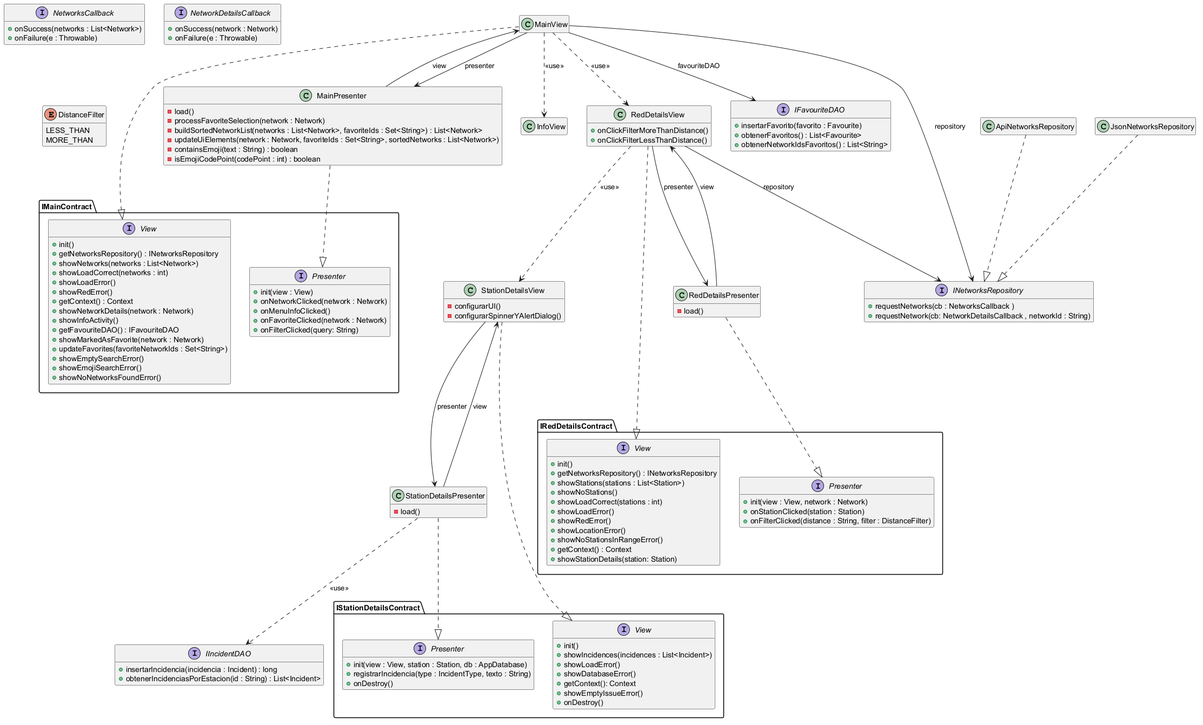
isunican/App-Bicis-Grupo1 keeps this PlantUML diagram as Docs/Models/architecture.png. Above is the earlier version.
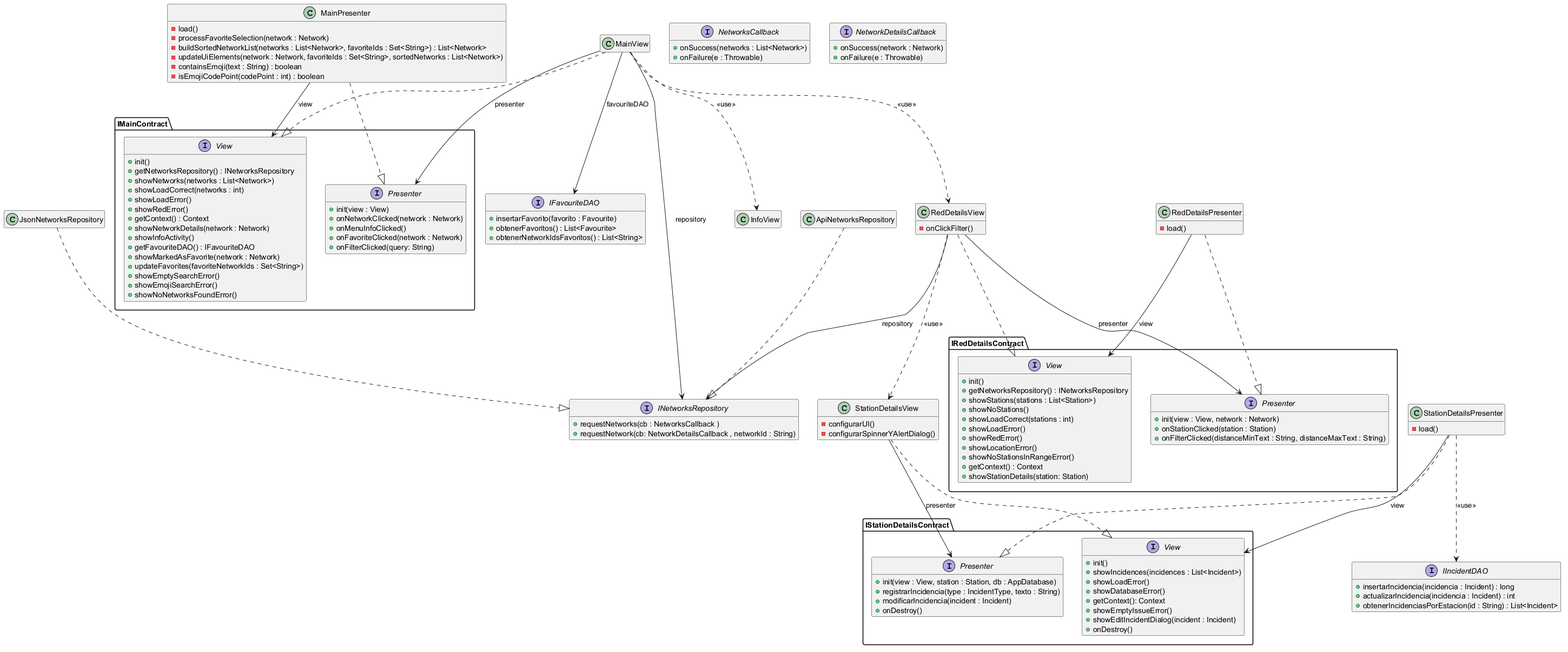
The same diagram one commit later.

What changed in the source:
```diff
@@ -7,8 +7,8 @@
 MainView --> INetworksRepository : repository
 ApiNetworksRepository ..|> INetworksRepository
 JsonNetworksRepository ..|> INetworksRepository
-MainView --> MainPresenter : presenter
-MainPresenter --> MainView : view
+MainView --> IMainContract.Presenter : presenter
+MainPresenter --> IMainContract.View : view
 MainView ..> InfoView : <<use>>
 MainView ..> RedDetailsView : <<use>>
 RedDetailsView ..> StationDetailsView : <<use>>
@@ -16,14 +16,14 @@
 RedDetailsView ..|> IRedDetailsContract.View
 RedDetailsPresenter ..|> IRedDetailsContract.Presenter
 RedDetailsView --> INetworksRepository : repository
-RedDetailsView --> RedDetailsPresenter : presenter
-RedDetailsPresenter --> RedDetailsView : view
+RedDetailsView --> IRedDetailsContract.Presenter : presenter
+RedDetailsPresenter --> IRedDetailsContract.View : view
 MainView --> IFavouriteDAO : favouriteDAO
 
 StationDetailsView ..|> IStationDetailsContract.View
 StationDetailsPresenter ..|> IStationDetailsContract.Presenter
-StationDetailsView --> StationDetailsPresenter : presenter
-StationDetailsPresenter --> StationDetailsView : view
+StationDetailsView --> IStationDetailsContract.Presenter : presenter
+StationDetailsPresenter --> IStationDetailsContract.View : view
 StationDetailsPresenter ..> IIncidentDAO : <<use>>
 
 
@@ -52,8 +52,7 @@
 
 
 class RedDetailsView {
-    +onClickFilterMoreThanDistance()
-    +onClickFilterLessThanDistance()
+    -onClickFilter()
 }
 class RedDetailsPresenter {
     -load()
@@ -111,7 +110,7 @@
 interface IRedDetailsContract.Presenter {
     + init(view : View, network : Network)
     + onStationClicked(station : Station)
-    + onFilterClicked(distance : String, filter : DistanceFilter)
+    + onFilterClicked(distanceMinText : String, distanceMaxText : String)
 }
 
 interface INetworksRepository {
@@ -129,14 +128,10 @@
     + onFailure(e : Throwable)
 }
 
-enum DistanceFilter {
-    LESS_THAN
-    MORE_THAN
-}
-
 interface IStationDetailsContract.Presenter {
     + init(view : View, station : Station, db : AppDatabase)
     + registrarIncidencia(type : IncidentType, texto : String)
+    + modificarIncidencia(incident : Incident)
     + onDestroy()
 }
 
@@ -147,11 +142,13 @@
     + showDatabaseError()
     + getContext(): Context
     + showEmptyIssueError()
+    + showEditIncidentDialog(incident : Incident)
     + onDestroy()
 }
 
 interface IIncidentDAO {
     + insertarIncidencia(incidencia : Incident) : long
+    + actualizarIncidencia(incidencia : Incident) : int
     + obtenerIncidenciasPorEstacion(id : String) : List<Incident>
 }
 
```
